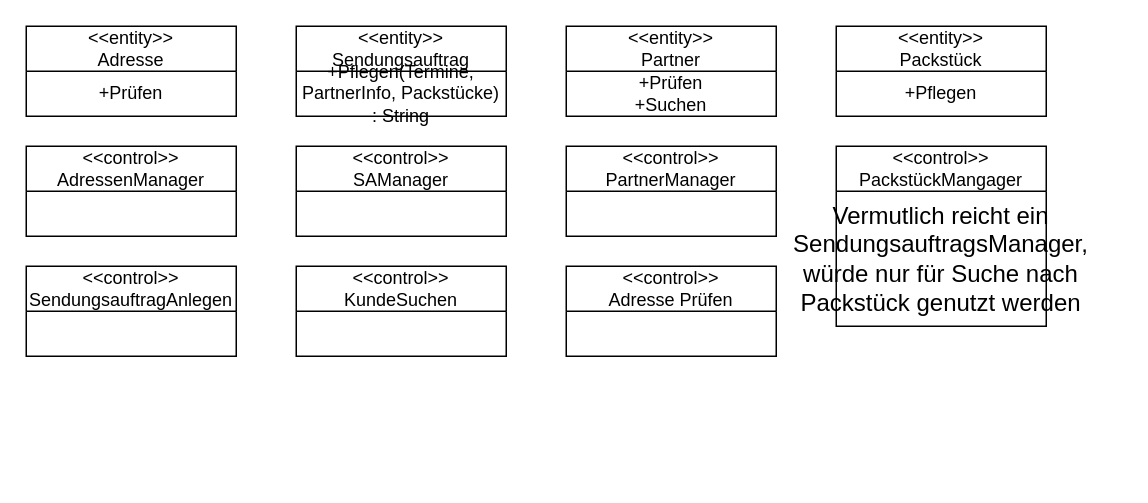
Above: page "Übung-Technischer-Entwurf" (4 of 4) of Datenmodell.drawio in JaSc2912/VerteilteAnwendungen (draw.io), before the change. Source tidied: cells renumbered, new cells numbered last; positions are measured from the earlier drawing's top-left corner, leaving out a move shared by most shapes. Both pictures are drawn from the tidied source at 150%, with x=0, y=0 at pixel (26, 26).
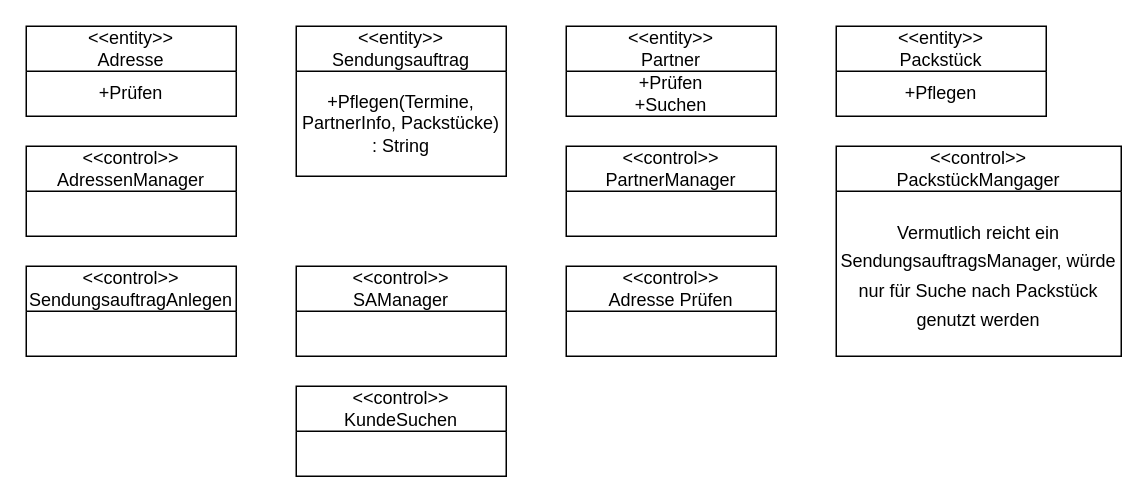
The same diagram, later.

What changed in the source:
```diff
@@
 <mxGraphModel>
   <root>
     <mxCell id="0" />
     <mxCell id="1" parent="0" />
     <mxCell id="2" value="&amp;lt;&amp;lt;entity&amp;gt;&amp;gt;&lt;br&gt;Adresse" style="swimlane;fontStyle=0;horizontal=1;startSize=30;fillColor=none;whiteSpace=wrap;html=1;" parent="1" vertex="1">
       <mxGeometry width="140" height="60" as="geometry" />
     </mxCell>
     <mxCell id="3" value="&lt;div&gt;+Prüfen&lt;/div&gt;" style="text;html=1;align=center;verticalAlign=middle;whiteSpace=wrap;rounded=0;" parent="2" vertex="1">
       <mxGeometry y="30" width="140" height="30" as="geometry" />
     </mxCell>
     <mxCell id="4" value="&amp;lt;&amp;lt;entity&amp;gt;&amp;gt;&lt;br&gt;Sendungsauftrag" style="swimlane;fontStyle=0;horizontal=1;startSize=30;fillColor=none;whiteSpace=wrap;html=1;" parent="1" vertex="1">
-      <mxGeometry x="180" width="140" height="60" as="geometry" />
+      <mxGeometry x="180" width="140" height="100" as="geometry" />
     </mxCell>
     <mxCell id="5" value="+Pflegen(Termine, PartnerInfo, Packstücke) : String" style="text;html=1;align=center;verticalAlign=middle;whiteSpace=wrap;rounded=0;" parent="4" vertex="1">
-      <mxGeometry y="30" width="140" height="30" as="geometry" />
+      <mxGeometry y="30" width="140" height="70" as="geometry" />
     </mxCell>
     <mxCell id="6" value="&amp;lt;&amp;lt;entity&amp;gt;&amp;gt;&lt;br&gt;Partner" style="swimlane;fontStyle=0;horizontal=1;startSize=30;fillColor=none;whiteSpace=wrap;html=1;" parent="1" vertex="1">
       <mxGeometry x="360" width="140" height="60" as="geometry" />
     </mxCell>
     <mxCell id="7" value="+Prüfen&lt;br&gt;+Suchen" style="text;html=1;align=center;verticalAlign=middle;whiteSpace=wrap;rounded=0;" parent="6" vertex="1">
       <mxGeometry y="30" width="140" height="30" as="geometry" />
     </mxCell>
     <mxCell id="8" value="&amp;lt;&amp;lt;entity&amp;gt;&amp;gt;&lt;br&gt;Packstück" style="swimlane;fontStyle=0;horizontal=1;startSize=30;fillColor=none;whiteSpace=wrap;html=1;" parent="1" vertex="1">
       <mxGeometry x="540" width="140" height="60" as="geometry" />
     </mxCell>
     <mxCell id="9" value="+Pflegen" style="text;html=1;align=center;verticalAlign=middle;whiteSpace=wrap;rounded=0;" parent="8" vertex="1">
       <mxGeometry y="30" width="140" height="30" as="geometry" />
     </mxCell>
     <mxCell id="10" value="&amp;lt;&amp;lt;control&amp;gt;&amp;gt;&lt;br&gt;AdressenManager" style="swimlane;fontStyle=0;horizontal=1;startSize=30;fillColor=none;whiteSpace=wrap;html=1;" parent="1" vertex="1">
       <mxGeometry y="80" width="140" height="60" as="geometry" />
     </mxCell>
     <mxCell id="11" value="&amp;lt;&amp;lt;control&amp;gt;&amp;gt;&lt;br&gt;SAManager" style="swimlane;fontStyle=0;horizontal=1;startSize=30;fillColor=none;whiteSpace=wrap;html=1;" parent="1" vertex="1">
-      <mxGeometry x="180" y="80" width="140" height="60" as="geometry" />
+      <mxGeometry x="180" y="160" width="140" height="60" as="geometry" />
     </mxCell>
     <mxCell id="12" value="&amp;lt;&amp;lt;control&amp;gt;&amp;gt;&lt;br&gt;PartnerManager" style="swimlane;fontStyle=0;horizontal=1;startSize=30;fillColor=none;whiteSpace=wrap;html=1;" parent="1" vertex="1">
       <mxGeometry x="360" y="80" width="140" height="60" as="geometry" />
     </mxCell>
     <mxCell id="13" value="&amp;lt;&amp;lt;control&amp;gt;&amp;gt;&lt;br&gt;PackstückMangager" style="swimlane;fontStyle=0;horizontal=1;startSize=30;fillColor=none;whiteSpace=wrap;html=1;" parent="1" vertex="1">
-      <mxGeometry x="540" y="80" width="140" height="120" as="geometry" />
+      <mxGeometry x="540" y="80" width="190" height="140" as="geometry" />
     </mxCell>
-    <mxCell id="14" value="Vermutlich reicht ein SendungsauftragsManager, würde nur für Suche nach Packstück genutzt werden" style="text;strokeColor=none;fillColor=none;html=1;align=center;verticalAlign=middle;whiteSpace=wrap;rounded=0;fontSize=16;" parent="13" vertex="1">
-      <mxGeometry y="30" width="140" height="90" as="geometry" />
+    <mxCell id="14" value="&lt;font style=&quot;font-size: 12px;&quot;&gt;Vermutlich reicht ein SendungsauftragsManager, würde nur für Suche nach Packstück genutzt werden&lt;/font&gt;" style="text;strokeColor=none;fillColor=none;html=1;align=center;verticalAlign=middle;whiteSpace=wrap;rounded=0;fontSize=16;" parent="13" vertex="1">
+      <mxGeometry y="30" width="190" height="110" as="geometry" />
     </mxCell>
     <mxCell id="15" value="&amp;lt;&amp;lt;control&amp;gt;&amp;gt;&lt;br&gt;SendungsauftragAnlegen" style="swimlane;fontStyle=0;horizontal=1;startSize=30;fillColor=none;whiteSpace=wrap;html=1;" parent="1" vertex="1">
       <mxGeometry y="160" width="140" height="60" as="geometry" />
     </mxCell>
     <mxCell id="16" value="&amp;lt;&amp;lt;control&amp;gt;&amp;gt;&lt;br&gt;KundeSuchen" style="swimlane;fontStyle=0;horizontal=1;startSize=30;fillColor=none;whiteSpace=wrap;html=1;" parent="1" vertex="1">
-      <mxGeometry x="180" y="160" width="140" height="60" as="geometry" />
+      <mxGeometry x="180" y="240" width="140" height="60" as="geometry" />
     </mxCell>
     <mxCell id="17" value="&amp;lt;&amp;lt;control&amp;gt;&amp;gt;&lt;br&gt;Adresse Prüfen" style="swimlane;fontStyle=0;horizontal=1;startSize=30;fillColor=none;whiteSpace=wrap;html=1;" parent="1" vertex="1">
       <mxGeometry x="360" y="160" width="140" height="60" as="geometry" />
     </mxCell>
   </root>
 </mxGraphModel>
```
